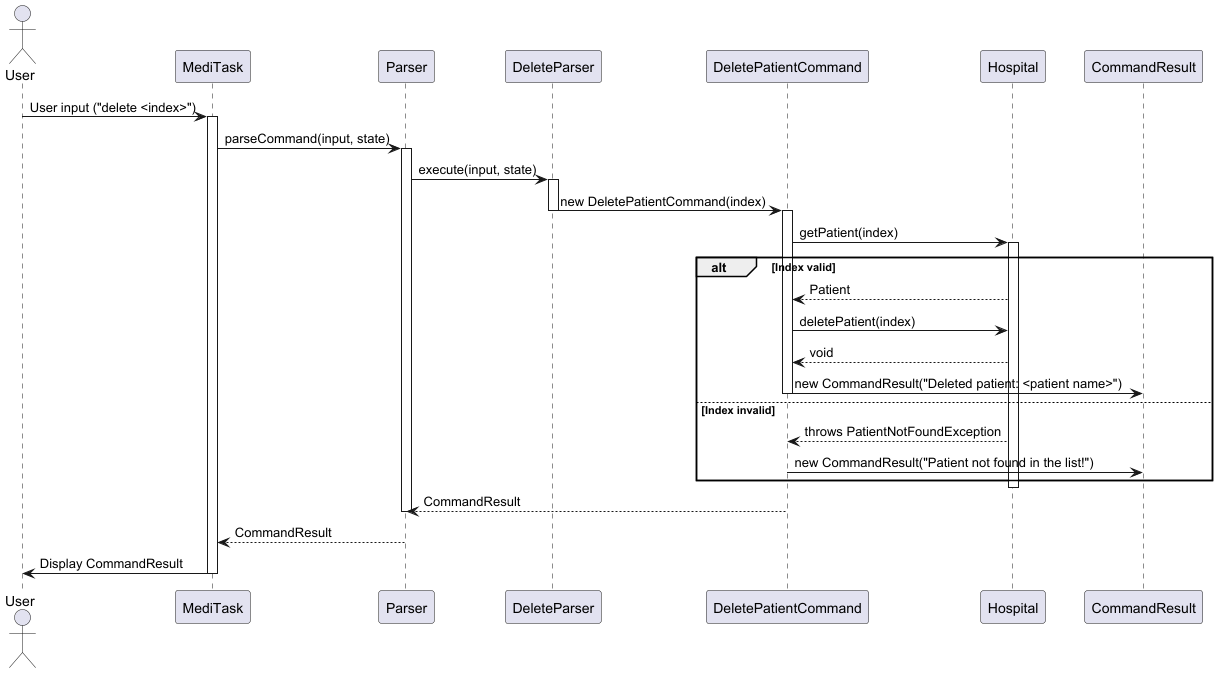
Before: docs/images/DeletePatientSequenceDiagram.png, a diagram exported from PlantUML (nus-cs2113-AY2425S1/tp). Its diagram source:
```plantuml
@startuml

actor User
participant MediTask
participant Parser
participant DeleteParser
participant DeletePatientCommand
participant Hospital
participant CommandResult

User -> MediTask : User input ("delete <index>")
activate MediTask

MediTask -> Parser : parseCommand(input, state)
activate Parser

Parser -> DeleteParser : execute(input, state)
activate DeleteParser

DeleteParser -> DeletePatientCommand : new DeletePatientCommand(index)
deactivate DeleteParser
activate DeletePatientCommand

DeletePatientCommand -> Hospital : getPatient(index)
activate Hospital

alt Index valid
    Hospital --> DeletePatientCommand : Patient
    DeletePatientCommand -> Hospital : deletePatient(index)
    Hospital --> DeletePatientCommand : void

    DeletePatientCommand -> CommandResult : new CommandResult("Deleted patient: <patient name>")
    deactivate DeletePatientCommand
else Index invalid
    Hospital --> DeletePatientCommand : throws PatientNotFoundException
    DeletePatientCommand -> CommandResult : new CommandResult("Patient not found in the list!")
    deactivate DeletePatientCommand
end
deactivate Hospital

Parser <-- DeletePatientCommand : CommandResult
deactivate Parser

MediTask <-- Parser : CommandResult
MediTask -> User : Display CommandResult

deactivate MediTask

@enduml
```
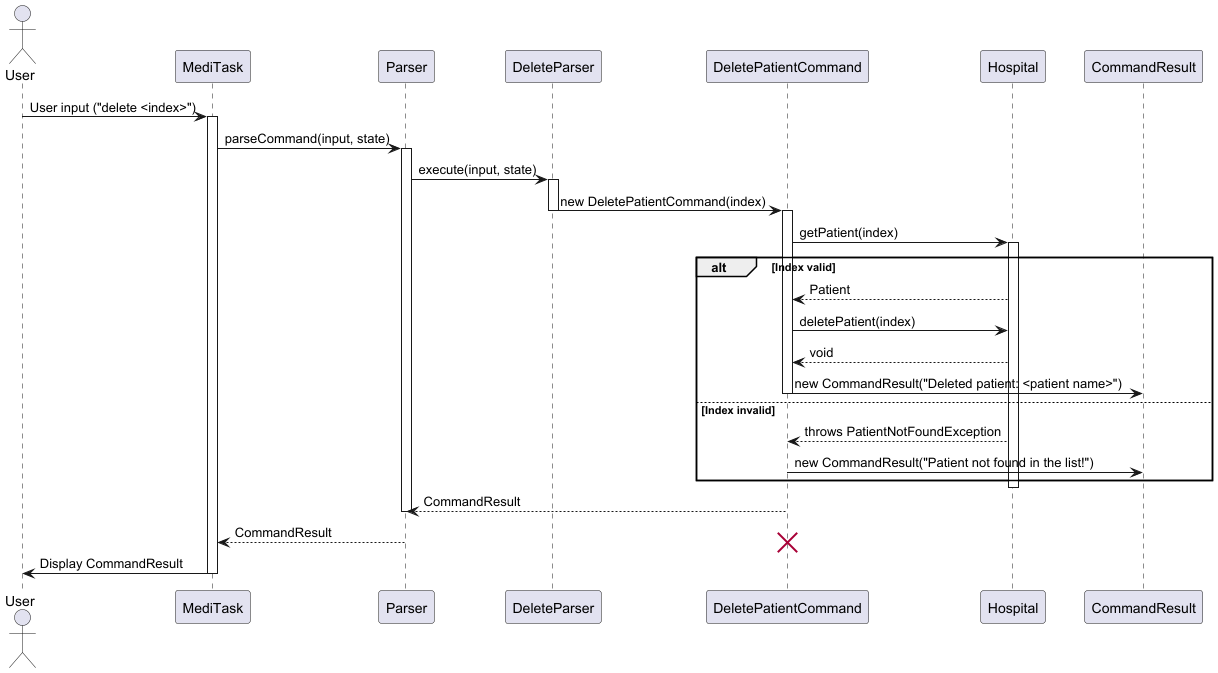
Above is the later version.

Change to the diagram source:
```diff
@@ -36,12 +36,14 @@
     DeletePatientCommand -> CommandResult : new CommandResult("Patient not found in the list!")
     deactivate DeletePatientCommand
 end
+
 deactivate Hospital
 
 Parser <-- DeletePatientCommand : CommandResult
 deactivate Parser
 
 MediTask <-- Parser : CommandResult
+destroy DeletePatientCommand
 MediTask -> User : Display CommandResult
 
 deactivate MediTask
```
